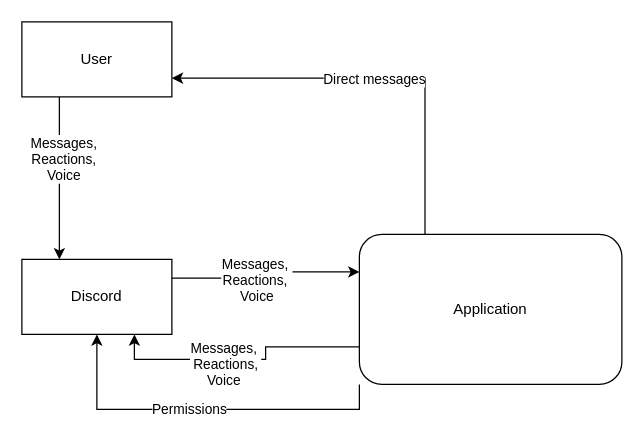
Earlier version of the draw.io diagram LogicalModelDesign/dataFlowDiagram/ContextDiagram.drawio (funny-nation/Funny-Nation). Source tidied: cells renumbered, new cells numbered last; positions are measured from the earlier drawing's top-left corner, leaving out a move shared by most shapes. Both pictures are drawn from the tidied source at 125%, with x=0, y=0 at pixel (21, 21).
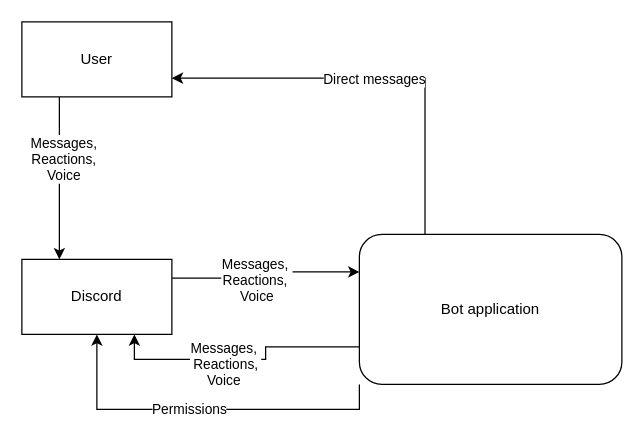
The same diagram, later.

What changed in the source:
```diff
@@
 <mxGraphModel>
   <root>
     <mxCell id="0" />
     <mxCell id="1" parent="0" />
     <mxCell id="2" style="edgeStyle=orthogonalEdgeStyle;rounded=0;jettySize=auto;html=1;exitX=0.25;exitY=1;exitDx=0;exitDy=0;entryX=0.25;entryY=0;entryDx=0;entryDy=0;" parent="1" edge="1" source="4" target="14">
       <mxGeometry relative="1" as="geometry" />
     </mxCell>
     <mxCell id="3" value="Messages,&amp;nbsp;&lt;br&gt;Reactions,&amp;nbsp;&lt;br&gt;Voice&amp;nbsp;" style="edgeLabel;html=1;align=center;verticalAlign=middle;" parent="2" vertex="1">
       <mxGeometry x="-0.25" y="4" relative="1" as="geometry" />
     </mxCell>
     <mxCell id="4" value="User" style="rounded=0;whiteSpace=wrap;html=1;" parent="1" vertex="1">
       <mxGeometry width="120" height="60" as="geometry" />
     </mxCell>
     <mxCell id="5" style="edgeStyle=orthogonalEdgeStyle;rounded=0;jettySize=auto;html=1;exitX=0;exitY=0.75;exitDx=0;exitDy=0;entryX=0.75;entryY=1;entryDx=0;entryDy=0;" parent="1" edge="1" source="11" target="14">
       <mxGeometry relative="1" as="geometry" />
     </mxCell>
     <mxCell id="6" value="Messages,&amp;nbsp;&lt;br&gt;Reactions,&lt;br&gt;Voice&amp;nbsp;" style="edgeLabel;html=1;align=center;verticalAlign=middle;" parent="5" vertex="1">
       <mxGeometry x="0.12" y="3" relative="1" as="geometry" />
     </mxCell>
     <mxCell id="7" style="edgeStyle=orthogonalEdgeStyle;rounded=0;jettySize=auto;html=1;exitX=0;exitY=1;exitDx=0;exitDy=0;entryX=0.5;entryY=1;entryDx=0;entryDy=0;" parent="1" edge="1" source="11" target="14">
       <mxGeometry relative="1" as="geometry" />
     </mxCell>
     <mxCell id="8" value="Permissions" style="edgeLabel;html=1;align=center;verticalAlign=middle;" parent="7" vertex="1">
       <mxGeometry x="0.08" y="-1" relative="1" as="geometry" />
     </mxCell>
     <mxCell id="9" style="edgeStyle=orthogonalEdgeStyle;rounded=0;jettySize=auto;html=1;exitX=0.25;exitY=0;exitDx=0;exitDy=0;entryX=1;entryY=0.75;entryDx=0;entryDy=0;" parent="1" edge="1" source="11" target="4">
       <mxGeometry relative="1" as="geometry" />
     </mxCell>
     <mxCell id="10" value="Direct messages" style="edgeLabel;html=1;align=center;verticalAlign=middle;" parent="9" vertex="1">
       <mxGeometry x="0.02" relative="1" as="geometry">
         <mxPoint x="1" as="offset" />
       </mxGeometry>
     </mxCell>
-    <mxCell id="11" value="Application" style="rounded=1;whiteSpace=wrap;html=1;align=center;" parent="1" vertex="1">
+    <mxCell id="11" value="Bot application" style="rounded=1;whiteSpace=wrap;html=1;align=center;" parent="1" vertex="1">
       <mxGeometry x="270" y="170" width="210" height="120" as="geometry" />
     </mxCell>
     <mxCell id="12" style="edgeStyle=orthogonalEdgeStyle;rounded=0;jettySize=auto;html=1;exitX=1;exitY=0.25;exitDx=0;exitDy=0;entryX=0;entryY=0.25;entryDx=0;entryDy=0;" parent="1" edge="1" source="14" target="11">
       <mxGeometry relative="1" as="geometry" />
     </mxCell>
     <mxCell id="13" value="Messages,&amp;nbsp;&lt;br&gt;Reactions,&amp;nbsp;&lt;br&gt;Voice" style="edgeLabel;html=1;align=center;verticalAlign=middle;" parent="12" vertex="1">
       <mxGeometry x="-0.14" y="-1" relative="1" as="geometry" />
     </mxCell>
     <mxCell id="14" value="Discord" style="rounded=0;whiteSpace=wrap;html=1;align=center;" parent="1" vertex="1">
       <mxGeometry y="190" width="120" height="60" as="geometry" />
     </mxCell>
   </root>
 </mxGraphModel>
```
